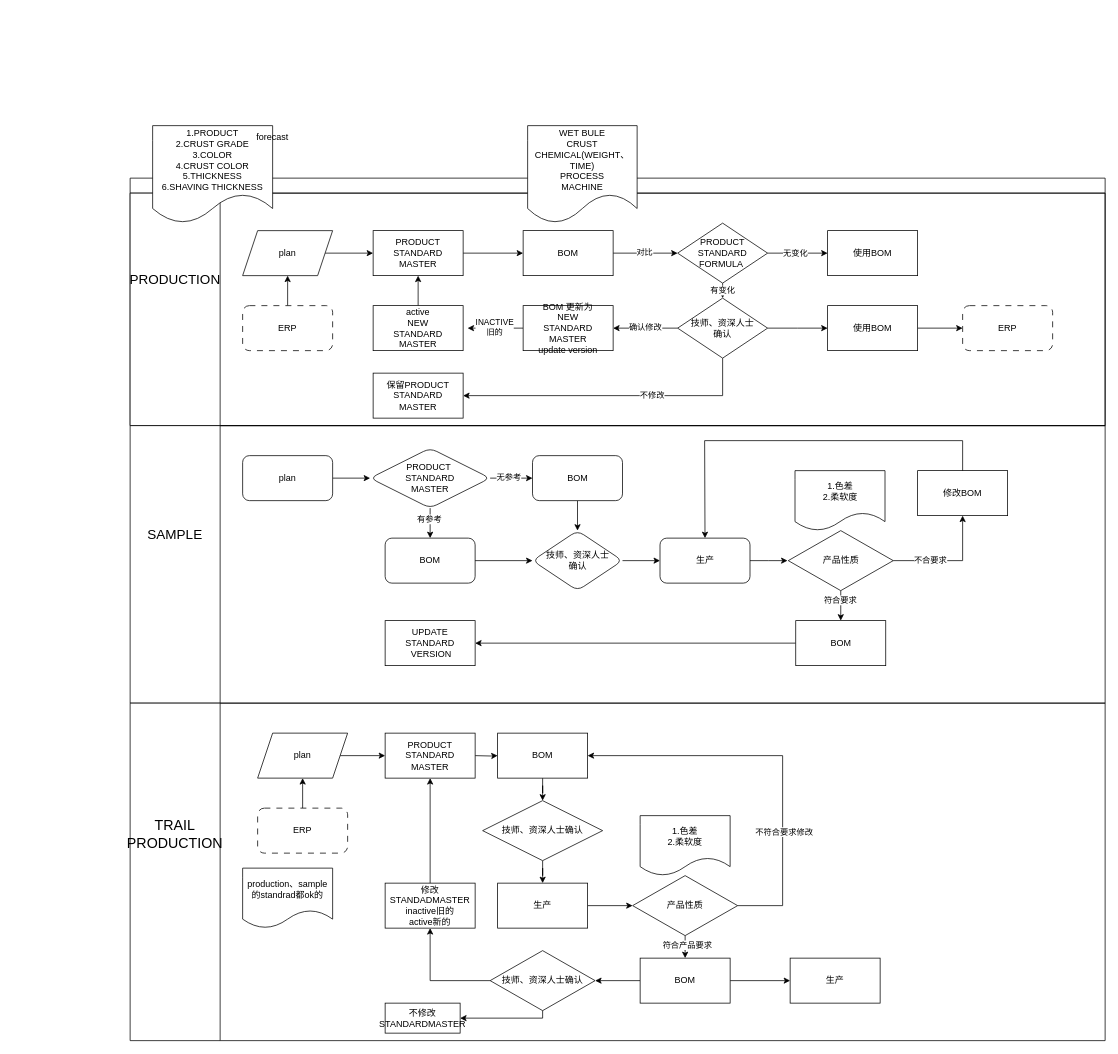
The draw.io diagram page "第 2 页" (2 of 2) of PSM.drawio in Jbmlier/framework, before the edit. Source tidied: cells renumbered, new cells numbered last; positions are measured from the earlier drawing's top-left corner, leaving out a move shared by most shapes. Both pictures are drawn from the tidied source at 75%, with x=0, y=0 at pixel (130, 125).
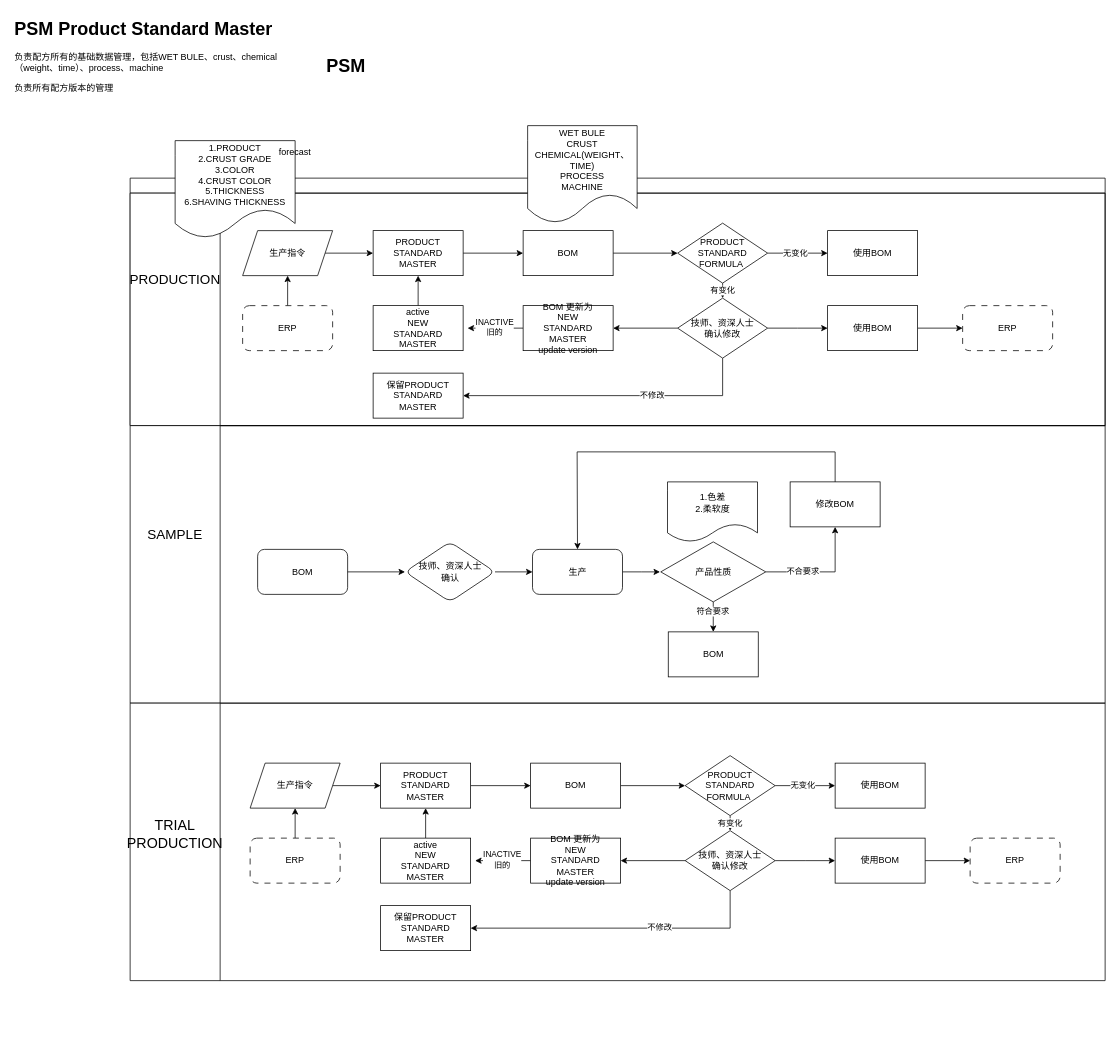
Above is the later version.

The change refers to these unchanged cells:
```xml
<mxCell id="3" style="swimlane;startSize=120;horizontal=0;html=1;" parent="2" vertex="1">
  <mxGeometry y="20" width="1300" height="310" as="geometry" />
</mxCell>
<mxCell id="8" style="edgeStyle=orthogonalEdgeStyle;rounded=0;jettySize=auto;html=1;" parent="3" edge="1" source="10" target="15">
  <mxGeometry relative="1" as="geometry" />
</mxCell>
<mxCell id="16" style="edgeStyle=orthogonalEdgeStyle;rounded=0;jettySize=auto;html=1;" parent="3" edge="1" source="22" target="25">
  <mxGeometry relative="1" as="geometry" />
</mxCell>
<mxCell id="36" style="swimlane;startSize=120;horizontal=0;html=1;" parent="1" vertex="1">
  <mxGeometry y="400" width="1300" height="370" as="geometry" />
</mxCell>
```

Change to the diagram source:
```diff
@@
-    <mxCell id="5" value="&lt;div&gt;plan&lt;/div&gt;" style="shape=parallelogram;perimeter=parallelogramPerimeter;whiteSpace=wrap;html=1;fixedSize=1;" parent="3" vertex="1">
+    <mxCell id="5" value="&lt;div&gt;生产指令&lt;/div&gt;" style="shape=parallelogram;perimeter=parallelogramPerimeter;whiteSpace=wrap;html=1;fixedSize=1;" parent="3" vertex="1">
       <mxGeometry x="150" y="50" width="120" height="60" as="geometry" />
     </mxCell>
@@
-    <mxCell id="9" value="对比" style="edgeLabel;html=1;align=center;verticalAlign=middle;" parent="8" vertex="1">
-      <mxGeometry x="-0.05" y="2" relative="1" as="geometry" />
-    </mxCell>
@@
-    <mxCell id="18" value="确认修改" style="edgeLabel;html=1;align=center;verticalAlign=middle;" parent="16" vertex="1">
-      <mxGeometry x="0.02" y="-2" relative="1" as="geometry" />
-    </mxCell>
@@
-    <mxCell id="22" value="技师、资深人士&lt;div&gt;确认&lt;/div&gt;" style="rhombus;whiteSpace=wrap;html=1;" parent="3" vertex="1">
+    <mxCell id="22" value="技师、资深人士&lt;div&gt;确认修改&lt;/div&gt;" style="rhombus;whiteSpace=wrap;html=1;" parent="3" vertex="1">
       <mxGeometry x="730" y="140" width="120" height="80" as="geometry" />
     </mxCell>
@@
-    <mxCell id="38" style="edgeStyle=orthogonalEdgeStyle;rounded=0;jettySize=auto;html=1;" parent="36" edge="1" source="39" target="44">
-      <mxGeometry relative="1" as="geometry" />
-    </mxCell>
-    <mxCell id="39" value="plan" style="rounded=1;whiteSpace=wrap;html=1;" parent="36" vertex="1">
-      <mxGeometry x="150" y="40" width="120" height="60" as="geometry" />
-    </mxCell>
-    <mxCell id="40" style="edgeStyle=orthogonalEdgeStyle;rounded=0;jettySize=auto;html=1;" parent="36" edge="1" source="44" target="46">
-      <mxGeometry relative="1" as="geometry" />
-    </mxCell>
-    <mxCell id="41" value="无参考" style="edgeLabel;html=1;align=center;verticalAlign=middle;" parent="40" vertex="1">
-      <mxGeometry x="-0.14" y="2" relative="1" as="geometry" />
-    </mxCell>
-    <mxCell id="42" style="edgeStyle=orthogonalEdgeStyle;rounded=0;jettySize=auto;html=1;" parent="36" edge="1" source="44" target="47">
-      <mxGeometry relative="1" as="geometry" />
-    </mxCell>
-    <mxCell id="43" value="有参考" style="edgeLabel;html=1;align=center;verticalAlign=middle;" parent="42" vertex="1">
-      <mxGeometry x="-0.28" y="-2" relative="1" as="geometry" />
-    </mxCell>
-    <mxCell id="44" value="PRODUCT&amp;nbsp;&lt;div&gt;STANDARD&lt;div&gt;MASTER&lt;/div&gt;&lt;/div&gt;" style="rhombus;whiteSpace=wrap;html=1;rounded=1;" parent="36" vertex="1">
-      <mxGeometry x="320" y="30" width="160" height="80" as="geometry" />
-    </mxCell>
-    <mxCell id="45" style="edgeStyle=orthogonalEdgeStyle;rounded=0;jettySize=auto;html=1;" parent="36" edge="1" source="46" target="49">
-      <mxGeometry relative="1" as="geometry" />
-    </mxCell>
-    <mxCell id="46" value="BOM" style="whiteSpace=wrap;html=1;rounded=1;" parent="36" vertex="1">
-      <mxGeometry x="536.5" y="40" width="120" height="60" as="geometry" />
-    </mxCell>
     <mxCell id="47" value="BOM" style="whiteSpace=wrap;html=1;rounded=1;" parent="36" vertex="1">
-      <mxGeometry x="340" y="150" width="120" height="60" as="geometry" />
+      <mxGeometry x="170" y="165" width="120" height="60" as="geometry" />
     </mxCell>
@@
     <mxCell id="49" value="技师、资深人士&lt;div&gt;确认&lt;/div&gt;" style="rhombus;whiteSpace=wrap;html=1;rounded=1;" parent="36" vertex="1">
-      <mxGeometry x="536.5" y="140" width="120" height="80" as="geometry" />
+      <mxGeometry x="366.5" y="155" width="120" height="80" as="geometry" />
     </mxCell>
     <mxCell id="50" style="endArrow=classic;html=1;rounded=0;entryX=0;entryY=0.5;entryDx=0;entryDy=0;" parent="36" edge="1" target="49">
       <mxGeometry relative="1" as="geometry">
-        <mxPoint x="460" y="180" as="sourcePoint" />
+        <mxPoint x="290" y="195" as="sourcePoint" />
       </mxGeometry>
     </mxCell>
     <mxCell id="51" style="edgeStyle=orthogonalEdgeStyle;rounded=0;jettySize=auto;html=1;" parent="36" edge="1" source="52">
       <mxGeometry relative="1" as="geometry">
-        <mxPoint x="876.5" y="180" as="targetPoint" />
+        <mxPoint x="706.5" y="195" as="targetPoint" />
       </mxGeometry>
     </mxCell>
     <mxCell id="52" value="生产" style="whiteSpace=wrap;html=1;rounded=1;" parent="36" vertex="1">
-      <mxGeometry x="706.5" y="150" width="120" height="60" as="geometry" />
+      <mxGeometry x="536.5" y="165" width="120" height="60" as="geometry" />
     </mxCell>
@@
     <mxCell id="57" value="产品性质" style="rhombus;whiteSpace=wrap;html=1;" parent="36" vertex="1">
-      <mxGeometry x="877.5" y="140" width="140" height="80" as="geometry" />
+      <mxGeometry x="707.5" y="155" width="140" height="80" as="geometry" />
     </mxCell>
     <mxCell id="58" value="1.色差&lt;div&gt;2.柔软度&lt;/div&gt;" style="shape=document;whiteSpace=wrap;html=1;boundedLbl=1;" parent="36" vertex="1">
-      <mxGeometry x="886.5" y="60" width="120" height="80" as="geometry" />
+      <mxGeometry x="716.5" y="75" width="120" height="80" as="geometry" />
     </mxCell>
-    <mxCell id="59" style="edgeStyle=orthogonalEdgeStyle;rounded=0;jettySize=auto;html=1;" parent="36" edge="1" source="60" target="61">
-      <mxGeometry relative="1" as="geometry" />
-    </mxCell>
     <mxCell id="60" value="BOM" style="whiteSpace=wrap;html=1;" parent="36" vertex="1">
-      <mxGeometry x="887.5" y="260" width="120" height="60" as="geometry" />
+      <mxGeometry x="717.5" y="275" width="120" height="60" as="geometry" />
     </mxCell>
-    <mxCell id="61" value="UPDATE&lt;div&gt;STANDARD&lt;/div&gt;&lt;div&gt;&amp;nbsp;VERSION&lt;/div&gt;" style="whiteSpace=wrap;html=1;" parent="36" vertex="1">
-      <mxGeometry x="340" y="260" width="120" height="60" as="geometry" />
-    </mxCell>
     <mxCell id="62" value="修改BOM" style="whiteSpace=wrap;html=1;" parent="36" vertex="1">
-      <mxGeometry x="1050" y="60" width="120" height="60" as="geometry" />
+      <mxGeometry x="880" y="75" width="120" height="60" as="geometry" />
     </mxCell>
     <mxCell id="63" style="endArrow=classic;html=1;rounded=0;entryX=0.5;entryY=0;entryDx=0;entryDy=0;" parent="36" edge="1" target="52">
       <mxGeometry relative="1" as="geometry">
-        <mxPoint x="1110" y="60" as="sourcePoint" />
+        <mxPoint x="940" y="75" as="sourcePoint" />
         <Array as="points">
-          <mxPoint x="1110" y="20" />
-          <mxPoint x="766" y="20" />
+          <mxPoint x="940" y="35" />
+          <mxPoint x="596" y="35" />
         </Array>
       </mxGeometry>
     </mxCell>
@@
     <mxCell id="65" value="1.PRODUCT&lt;div&gt;2.CRUST&amp;nbsp;&lt;span style=&quot;background-color: transparent; color: light-dark(rgb(0, 0, 0), rgb(255, 255, 255));&quot;&gt;GRADE&lt;/span&gt;&lt;/div&gt;&lt;div&gt;3.COLOR&lt;/div&gt;&lt;div&gt;4.CRUST COLOR&lt;/div&gt;&lt;div&gt;5.THICKNESS&lt;/div&gt;&lt;div&gt;6.SHAVING THICKNESS&lt;/div&gt;" style="shape=document;whiteSpace=wrap;html=1;boundedLbl=1;" parent="1" vertex="1">
-      <mxGeometry x="30" width="160" height="130" as="geometry" />
+      <mxGeometry x="60" y="20" width="160" height="130" as="geometry" />
     </mxCell>
     <mxCell id="66" style="swimlane;startSize=120;horizontal=0;html=1;" parent="1" vertex="1">
-      <mxGeometry y="770" width="1300" height="450" as="geometry" />
+      <mxGeometry y="770" width="1300" height="370" as="geometry" />
     </mxCell>
-    <mxCell id="67" value="TRAIL&lt;div&gt;PRODUCTION&lt;/div&gt;" style="text;html=1;align=center;verticalAlign=middle;whiteSpace=wrap;rounded=0;fontSize=19;" parent="66" vertex="1">
+    <mxCell id="67" value="TRIAL&lt;div&gt;PRODUCTION&lt;/div&gt;" style="text;html=1;align=center;verticalAlign=middle;whiteSpace=wrap;rounded=0;fontSize=19;" parent="66" vertex="1">
       <mxGeometry x="30" y="160" width="60" height="30" as="geometry" />
     </mxCell>
-    <mxCell id="68" style="edgeStyle=orthogonalEdgeStyle;rounded=0;jettySize=auto;html=1;entryX=0;entryY=0.5;entryDx=0;entryDy=0;" parent="66" edge="1" source="69" target="88">
-      <mxGeometry relative="1" as="geometry" />
-    </mxCell>
-    <mxCell id="69" value="&lt;div&gt;plan&lt;/div&gt;" style="shape=parallelogram;perimeter=parallelogramPerimeter;whiteSpace=wrap;html=1;fixedSize=1;" parent="66" vertex="1">
-      <mxGeometry x="170" y="40" width="120" height="60" as="geometry" />
-    </mxCell>
-    <mxCell id="70" style="edgeStyle=orthogonalEdgeStyle;rounded=0;jettySize=auto;html=1;" parent="66" edge="1" source="71" target="69">
-      <mxGeometry relative="1" as="geometry" />
-    </mxCell>
-    <mxCell id="71" value="ERP" style="rounded=1;whiteSpace=wrap;html=1;dashed=1;dashPattern=8 8;" parent="66" vertex="1">
-      <mxGeometry x="170" y="140" width="120" height="60" as="geometry" />
-    </mxCell>
-    <mxCell id="72" style="edgeStyle=orthogonalEdgeStyle;rounded=0;jettySize=auto;html=1;" parent="66" edge="1" target="74">
-      <mxGeometry relative="1" as="geometry">
-        <mxPoint x="460" y="70" as="sourcePoint" />
-      </mxGeometry>
-    </mxCell>
-    <mxCell id="73" style="edgeStyle=orthogonalEdgeStyle;rounded=0;jettySize=auto;html=1;entryX=0.5;entryY=0;entryDx=0;entryDy=0;" parent="66" edge="1" source="74" target="76">
-      <mxGeometry relative="1" as="geometry" />
-    </mxCell>
-    <mxCell id="74" value="BOM" style="whiteSpace=wrap;html=1;" parent="66" vertex="1">
-      <mxGeometry x="490" y="40" width="120" height="60" as="geometry" />
-    </mxCell>
-    <mxCell id="75" style="edgeStyle=orthogonalEdgeStyle;rounded=0;jettySize=auto;html=1;" parent="66" edge="1" source="76" target="78">
-      <mxGeometry relative="1" as="geometry" />
-    </mxCell>
-    <mxCell id="76" value="技师、资深人士确认" style="rhombus;whiteSpace=wrap;html=1;" parent="66" vertex="1">
-      <mxGeometry x="470" y="130" width="160" height="80" as="geometry" />
-    </mxCell>
-    <mxCell id="77" style="edgeStyle=orthogonalEdgeStyle;rounded=0;jettySize=auto;html=1;" parent="66" edge="1" source="78" target="83">
-      <mxGeometry relative="1" as="geometry" />
-    </mxCell>
-    <mxCell id="78" value="生产" style="whiteSpace=wrap;html=1;" parent="66" vertex="1">
-      <mxGeometry x="490" y="240" width="120" height="60" as="geometry" />
-    </mxCell>
-    <mxCell id="79" style="edgeStyle=orthogonalEdgeStyle;rounded=0;jettySize=auto;html=1;entryX=1;entryY=0.5;entryDx=0;entryDy=0;" parent="66" edge="1" source="83" target="74">
-      <mxGeometry relative="1" as="geometry">
-        <Array as="points">
-          <mxPoint x="870" y="270" />
-          <mxPoint x="870" y="70" />
-        </Array>
-      </mxGeometry>
-    </mxCell>
-    <mxCell id="80" value="不符合要求修改" style="edgeLabel;html=1;align=center;verticalAlign=middle;" parent="79" vertex="1">
-      <mxGeometry x="-0.39" y="-1" relative="1" as="geometry" />
-    </mxCell>
-    <mxCell id="81" style="edgeStyle=orthogonalEdgeStyle;rounded=0;jettySize=auto;html=1;" parent="66" edge="1" source="83" target="87">
-      <mxGeometry relative="1" as="geometry" />
-    </mxCell>
-    <mxCell id="82" value="符合产品要求" style="edgeLabel;html=1;align=center;verticalAlign=middle;" parent="81" vertex="1">
-      <mxGeometry x="0.28" y="2" relative="1" as="geometry" />
-    </mxCell>
-    <mxCell id="83" value="产品性质" style="rhombus;whiteSpace=wrap;html=1;" parent="66" vertex="1">
-      <mxGeometry x="670" y="230" width="140" height="80" as="geometry" />
-    </mxCell>
-    <mxCell id="84" value="1.色差&lt;div&gt;2.柔软度&lt;/div&gt;" style="shape=document;whiteSpace=wrap;html=1;boundedLbl=1;" parent="66" vertex="1">
-      <mxGeometry x="680" y="150" width="120" height="80" as="geometry" />
-    </mxCell>
-    <mxCell id="85" style="edgeStyle=orthogonalEdgeStyle;rounded=0;jettySize=auto;html=1;" parent="66" edge="1" source="87" target="90">
-      <mxGeometry relative="1" as="geometry" />
-    </mxCell>
-    <mxCell id="86" style="edgeStyle=orthogonalEdgeStyle;rounded=0;jettySize=auto;html=1;" parent="66" edge="1" source="87" target="92">
-      <mxGeometry relative="1" as="geometry" />
-    </mxCell>
-    <mxCell id="87" value="BOM" style="whiteSpace=wrap;html=1;" parent="66" vertex="1">
-      <mxGeometry x="680" y="340" width="120" height="60" as="geometry" />
-    </mxCell>
+    <mxCell id="98" style="edgeStyle=orthogonalEdgeStyle;rounded=0;jettySize=auto;html=1;" parent="66" edge="1" source="99" target="88">
+      <mxGeometry relative="1" as="geometry" />
+    </mxCell>
+    <mxCell id="99" value="&lt;div&gt;生产指令&lt;/div&gt;" style="shape=parallelogram;perimeter=parallelogramPerimeter;whiteSpace=wrap;html=1;fixedSize=1;" parent="66" vertex="1">
+      <mxGeometry x="160" y="80" width="120" height="60" as="geometry" />
+    </mxCell>
+    <mxCell id="100" style="edgeStyle=orthogonalEdgeStyle;rounded=0;jettySize=auto;html=1;" parent="66" edge="1" source="88" target="102">
+      <mxGeometry relative="1" as="geometry" />
+    </mxCell>
     <mxCell id="88" value="PRODUCT STANDARD&lt;div&gt;MASTER&lt;/div&gt;" style="rounded=0;whiteSpace=wrap;html=1;" parent="66" vertex="1">
-      <mxGeometry x="340" y="40" width="120" height="60" as="geometry" />
+      <mxGeometry x="334" y="80" width="120" height="60" as="geometry" />
     </mxCell>
-    <mxCell id="89" value="production、sample的standrad都ok的" style="shape=document;whiteSpace=wrap;html=1;boundedLbl=1;" parent="66" vertex="1">
-      <mxGeometry x="150" y="220" width="120" height="80" as="geometry" />
-    </mxCell>
-    <mxCell id="90" value="生产" style="whiteSpace=wrap;html=1;" parent="66" vertex="1">
-      <mxGeometry x="880" y="340" width="120" height="60" as="geometry" />
-    </mxCell>
-    <mxCell id="91" style="edgeStyle=orthogonalEdgeStyle;rounded=0;jettySize=auto;html=1;" parent="66" edge="1" source="92" target="93">
-      <mxGeometry relative="1" as="geometry" />
-    </mxCell>
-    <mxCell id="92" value="技师、资深人士确认" style="rhombus;whiteSpace=wrap;html=1;" parent="66" vertex="1">
-      <mxGeometry x="480" y="330" width="140" height="80" as="geometry" />
-    </mxCell>
-    <mxCell id="93" value="修改STANDADMASTER&lt;div&gt;inactive旧的&lt;/div&gt;&lt;div&gt;active新的&lt;/div&gt;" style="whiteSpace=wrap;html=1;" parent="66" vertex="1">
-      <mxGeometry x="340" y="240" width="120" height="60" as="geometry" />
-    </mxCell>
-    <mxCell id="94" value="不修改&lt;br&gt;STANDARDMASTER" style="whiteSpace=wrap;html=1;" parent="66" vertex="1">
-      <mxGeometry x="340" y="400" width="100" height="40" as="geometry" />
-    </mxCell>
-    <mxCell id="95" style="edgeStyle=orthogonalEdgeStyle;rounded=0;jettySize=auto;html=1;" parent="66" edge="1" source="92" target="94">
-      <mxGeometry relative="1" as="geometry">
-        <Array as="points">
-          <mxPoint x="550" y="420" />
-        </Array>
-      </mxGeometry>
-    </mxCell>
-    <mxCell id="96" style="endArrow=classic;html=1;rounded=0;entryX=0.5;entryY=1;entryDx=0;entryDy=0;" parent="66" edge="1" target="88">
-      <mxGeometry relative="1" as="geometry">
-        <mxPoint x="400" y="240" as="sourcePoint" />
-      </mxGeometry>
-    </mxCell>
+    <mxCell id="101" style="edgeStyle=orthogonalEdgeStyle;rounded=0;jettySize=auto;html=1;" parent="66" edge="1" source="102" target="107">
+      <mxGeometry relative="1" as="geometry" />
+    </mxCell>
+    <mxCell id="102" value="BOM" style="rounded=0;whiteSpace=wrap;html=1;" parent="66" vertex="1">
+      <mxGeometry x="534" y="80" width="120" height="60" as="geometry" />
+    </mxCell>
+    <mxCell id="103" style="edgeStyle=orthogonalEdgeStyle;rounded=0;jettySize=auto;html=1;" parent="66" edge="1" source="107">
+      <mxGeometry relative="1" as="geometry">
+        <mxPoint x="800" y="170" as="targetPoint" />
+      </mxGeometry>
+    </mxCell>
+    <mxCell id="104" value="有变化" style="edgeLabel;html=1;align=center;verticalAlign=middle;" parent="103" vertex="1">
+      <mxGeometry x="-0.43" y="-1" relative="1" as="geometry">
+        <mxPoint y="3" as="offset" />
+      </mxGeometry>
+    </mxCell>
+    <mxCell id="105" style="edgeStyle=orthogonalEdgeStyle;rounded=0;jettySize=auto;html=1;" parent="66" edge="1" source="107" target="122">
+      <mxGeometry relative="1" as="geometry" />
+    </mxCell>
+    <mxCell id="106" value="无变化" style="edgeLabel;html=1;align=center;verticalAlign=middle;" parent="105" vertex="1">
+      <mxGeometry x="-0.1" y="1" relative="1" as="geometry" />
+    </mxCell>
+    <mxCell id="107" value="PRODUCT STANDARD&lt;div&gt;FORMULA&amp;nbsp;&lt;/div&gt;" style="rhombus;whiteSpace=wrap;html=1;" parent="66" vertex="1">
+      <mxGeometry x="740" y="70" width="120" height="80" as="geometry" />
+    </mxCell>
+    <mxCell id="108" style="edgeStyle=orthogonalEdgeStyle;rounded=0;jettySize=auto;html=1;" parent="66" edge="1" source="113" target="116">
+      <mxGeometry relative="1" as="geometry" />
+    </mxCell>
+    <mxCell id="109" value="&lt;div&gt;&lt;span style=&quot;font-size: 12px; text-wrap-mode: wrap; background-color: rgb(236, 236, 236);&quot;&gt;&lt;br&gt;&lt;/span&gt;&lt;/div&gt;" style="edgeLabel;html=1;align=center;verticalAlign=middle;" parent="108" vertex="1">
+      <mxGeometry x="-0.21" y="1" relative="1" as="geometry" />
+    </mxCell>
+    <mxCell id="110" style="edgeStyle=orthogonalEdgeStyle;rounded=0;jettySize=auto;html=1;" parent="66" edge="1" source="113" target="121">
+      <mxGeometry relative="1" as="geometry">
+        <Array as="points">
+          <mxPoint x="800" y="300" />
+        </Array>
+      </mxGeometry>
+    </mxCell>
+    <mxCell id="111" value="不修改" style="edgeLabel;html=1;align=center;verticalAlign=middle;" parent="110" vertex="1">
+      <mxGeometry x="-0.27" y="-2" relative="1" as="geometry" />
+    </mxCell>
+    <mxCell id="112" style="edgeStyle=orthogonalEdgeStyle;rounded=0;jettySize=auto;html=1;" parent="66" edge="1" source="113">
+      <mxGeometry relative="1" as="geometry">
+        <mxPoint x="940" y="210" as="targetPoint" />
+      </mxGeometry>
+    </mxCell>
+    <mxCell id="113" value="技师、资深人士&lt;div&gt;确认修改&lt;/div&gt;" style="rhombus;whiteSpace=wrap;html=1;" parent="66" vertex="1">
+      <mxGeometry x="740" y="170" width="120" height="80" as="geometry" />
+    </mxCell>
+    <mxCell id="114" style="edgeStyle=orthogonalEdgeStyle;rounded=0;jettySize=auto;html=1;" parent="66" edge="1" source="116">
+      <mxGeometry relative="1" as="geometry">
+        <mxPoint x="460" y="210" as="targetPoint" />
+      </mxGeometry>
+    </mxCell>
+    <mxCell id="115" value="INACTIVE&lt;div&gt;旧的&lt;/div&gt;" style="edgeLabel;html=1;align=center;verticalAlign=middle;" parent="114" vertex="1">
+      <mxGeometry x="0.06" y="-2" relative="1" as="geometry" />
+    </mxCell>
+    <mxCell id="116" value="&lt;div&gt;BOM 更新为&lt;/div&gt;&lt;div&gt;NEW&lt;/div&gt;STANDARD&lt;br&gt;&lt;div&gt;&lt;span style=&quot;background-color: transparent; color: light-dark(rgb(0, 0, 0), rgb(255, 255, 255));&quot;&gt;MASTER&lt;/span&gt;&lt;/div&gt;&lt;div&gt;&lt;span style=&quot;background-color: transparent; color: light-dark(rgb(0, 0, 0), rgb(255, 255, 255));&quot;&gt;update version&lt;/span&gt;&lt;/div&gt;" style="whiteSpace=wrap;html=1;" parent="66" vertex="1">
+      <mxGeometry x="534" y="180" width="120" height="60" as="geometry" />
+    </mxCell>
+    <mxCell id="117" style="edgeStyle=orthogonalEdgeStyle;rounded=0;jettySize=auto;html=1;" parent="66" edge="1" source="118" target="88">
+      <mxGeometry relative="1" as="geometry" />
+    </mxCell>
+    <mxCell id="118" value="active&lt;div&gt;&lt;div&gt;NEW&lt;/div&gt;STANDARD&lt;div&gt;MASTER&lt;/div&gt;&lt;/div&gt;" style="rounded=0;whiteSpace=wrap;html=1;" parent="66" vertex="1">
+      <mxGeometry x="334" y="180" width="120" height="60" as="geometry" />
+    </mxCell>
+    <mxCell id="119" style="edgeStyle=orthogonalEdgeStyle;rounded=0;jettySize=auto;html=1;" parent="66" edge="1" source="120" target="99">
+      <mxGeometry relative="1" as="geometry" />
+    </mxCell>
+    <mxCell id="120" value="ERP" style="rounded=1;whiteSpace=wrap;html=1;dashed=1;dashPattern=8 8;" parent="66" vertex="1">
+      <mxGeometry x="160" y="180" width="120" height="60" as="geometry" />
+    </mxCell>
+    <mxCell id="121" value="保留PRODUCT STANDARD&lt;div&gt;MASTER&lt;/div&gt;" style="whiteSpace=wrap;html=1;" parent="66" vertex="1">
+      <mxGeometry x="334" y="270" width="120" height="60" as="geometry" />
+    </mxCell>
+    <mxCell id="122" value="使用BOM" style="whiteSpace=wrap;html=1;" parent="66" vertex="1">
+      <mxGeometry x="940" y="80" width="120" height="60" as="geometry" />
+    </mxCell>
+    <mxCell id="123" style="edgeStyle=orthogonalEdgeStyle;rounded=0;jettySize=auto;html=1;" parent="66" edge="1" source="124" target="125">
+      <mxGeometry relative="1" as="geometry" />
+    </mxCell>
+    <mxCell id="124" value="使用BOM" style="whiteSpace=wrap;html=1;" parent="66" vertex="1">
+      <mxGeometry x="940" y="180" width="120" height="60" as="geometry" />
+    </mxCell>
+    <mxCell id="125" value="ERP" style="rounded=1;whiteSpace=wrap;html=1;dashed=1;dashPattern=8 8;" parent="66" vertex="1">
+      <mxGeometry x="1120" y="180" width="120" height="60" as="geometry" />
+    </mxCell>
     <mxCell id="97" value="forecast" style="text;html=1;align=center;verticalAlign=middle;whiteSpace=wrap;rounded=0;" parent="1" vertex="1">
-      <mxGeometry x="160" width="60" height="30" as="geometry" />
+      <mxGeometry x="190" y="20" width="60" height="30" as="geometry" />
     </mxCell>
+    <mxCell id="126" value="&lt;h1 style=&quot;margin-top: 0px;&quot;&gt;PSM Product Standard Master&lt;/h1&gt;&lt;p&gt;负责配方所有的基础数据管理，包括WET BULE、crust、chemical（weight、time）、process、machine&lt;/p&gt;&lt;p&gt;负责所有配方版本的管理&lt;/p&gt;&lt;p&gt;&lt;br&gt;&lt;/p&gt;" style="text;html=1;whiteSpace=wrap;overflow=hidden;rounded=0;" parent="1" vertex="1">
+      <mxGeometry x="-156" y="-150" width="390" height="120" as="geometry" />
+    </mxCell>
+    <mxCell id="127" value="&lt;h1 style=&quot;margin-top: 0px;&quot;&gt;PSM&lt;/h1&gt;" style="text;html=1;whiteSpace=wrap;overflow=hidden;rounded=0;" parent="1" vertex="1">
+      <mxGeometry x="260" y="-100" width="180" height="120" as="geometry" />
+    </mxCell>
```
